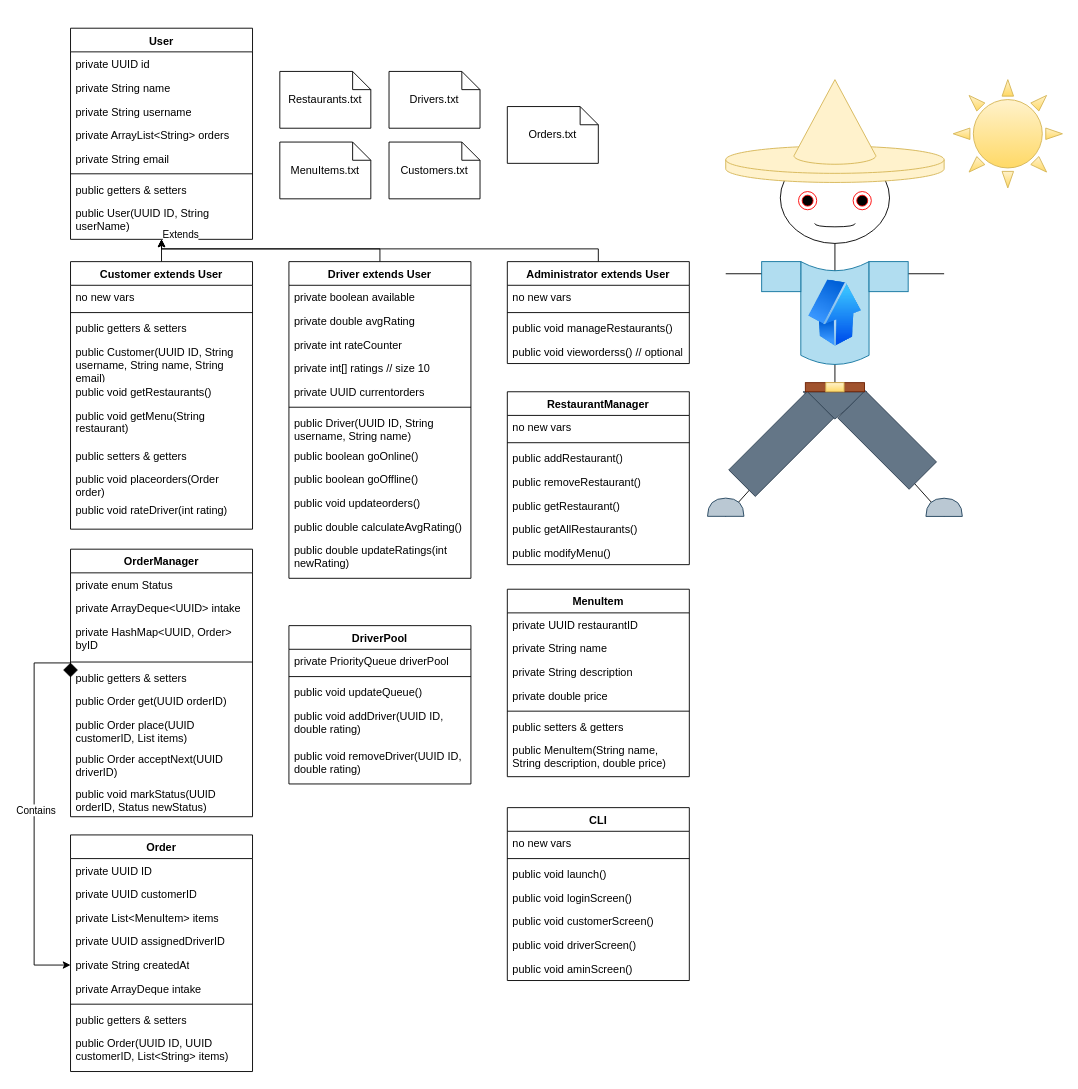
Earlier version of the draw.io diagram docs/CS233-Proj-ClassDiagram.drawio (Nobody277/PasoEats). Source tidied: cells renumbered, new cells numbered last; positions are measured from the earlier drawing's top-left corner, leaving out a move shared by most shapes. Both pictures are drawn from the tidied source at 91%, with x=0, y=0 at pixel (34, 28).
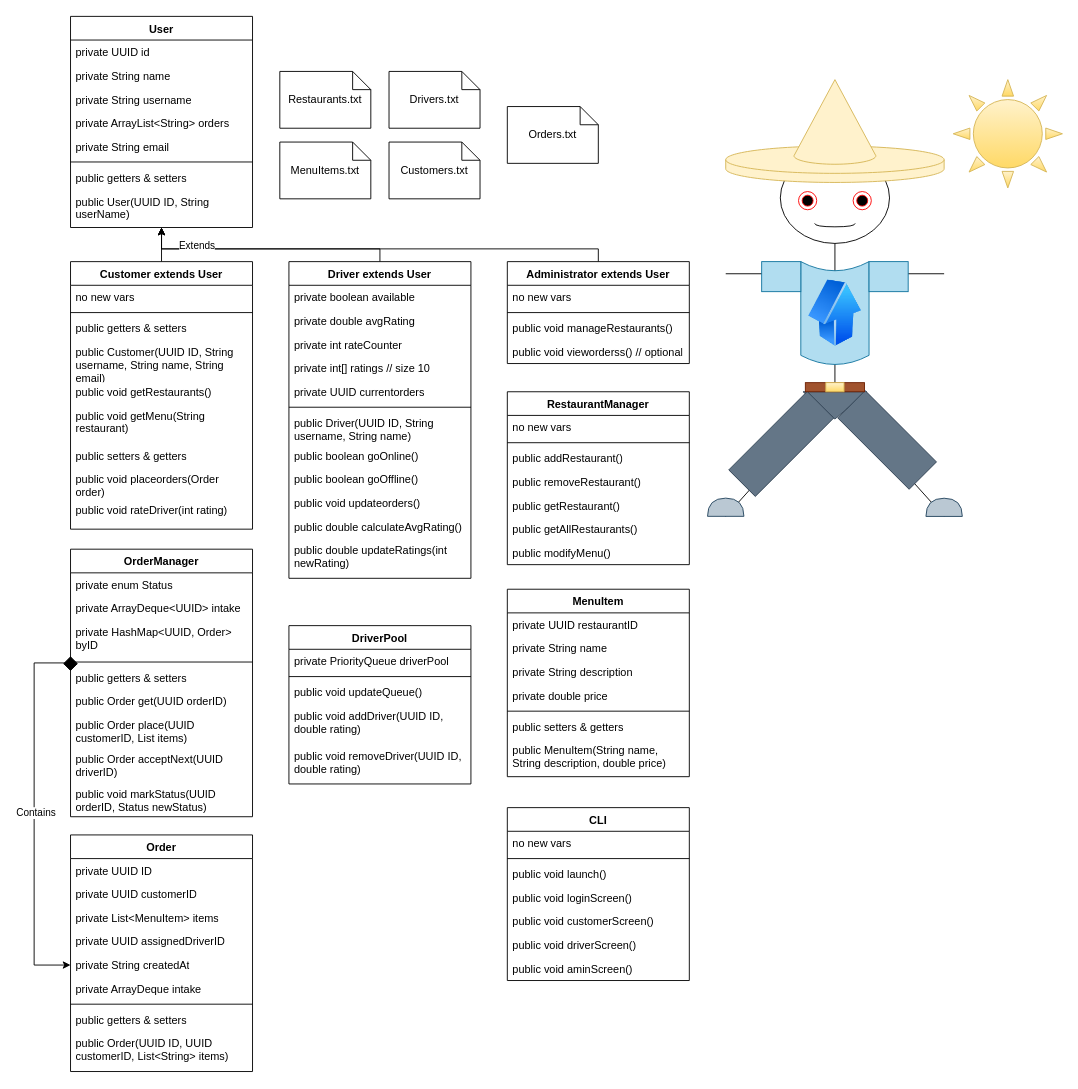
Above is the later version.

Unchanged cells that the change refers to:
```xml
<mxCell id="36" style="edgeStyle=orthogonalEdgeStyle;rounded=0;jettySize=auto;html=1;exitX=0.5;exitY=0;exitDx=0;exitDy=0;entryX=0.5;entryY=1;entryDx=0;entryDy=0;" parent="1" edge="1" source="38" target="2">
  <mxGeometry relative="1" as="geometry">
    <Array as="points">
      <mxPoint x="620" y="242" />
      <mxPoint x="140" y="242" />
    </Array>
  </mxGeometry>
</mxCell>
<mxCell id="48" value="private String createdAt" style="text;strokeColor=none;fillColor=none;align=left;verticalAlign=top;spacingLeft=4;spacingRight=4;overflow=hidden;points=[[0,0.5],[1,0.5]];portConstraint=eastwest;whiteSpace=wrap;html=1;rounded=0;" parent="43" vertex="1">
  <mxGeometry y="130" width="200" height="26" as="geometry" />
</mxCell>
<mxCell id="102" value="public getters &amp;amp; setters" style="text;strokeColor=none;fillColor=none;align=left;verticalAlign=top;spacingLeft=4;spacingRight=4;overflow=hidden;points=[[0,0.5],[1,0.5]];portConstraint=eastwest;whiteSpace=wrap;html=1;rounded=0;" parent="97" vertex="1">
  <mxGeometry y="128" width="200" height="26" as="geometry" />
</mxCell>
```

Change to the diagram source:
```diff
@@
     <mxCell id="2" value="&lt;div&gt;User&lt;/div&gt;" style="swimlane;fontStyle=1;align=center;verticalAlign=top;horizontal=1;startSize=26;whiteSpace=wrap;html=1;rounded=0;" parent="1" vertex="1">
-      <mxGeometry x="40" y="-0.5" width="200" height="232" as="geometry" />
+      <mxGeometry x="40" y="-13.5" width="200" height="232" as="geometry" />
     </mxCell>
@@
     <mxCell id="37" value="Extends" style="edgeLabel;html=1;align=center;verticalAlign=middle;" parent="36" vertex="1">
       <mxGeometry x="0.69" relative="1" as="geometry">
-        <mxPoint x="-48" y="-16" as="offset" />
+        <mxPoint x="-19" y="-4" as="offset" />
       </mxGeometry>
     </mxCell>
@@
-    <mxCell id="116" style="edgeStyle=orthogonalEdgeStyle;rounded=0;jettySize=auto;html=1;exitX=0;exitY=0.5;exitDx=0;exitDy=0;entryX=0;entryY=0.5;entryDx=0;entryDy=0;startArrow=diamond;startFill=1;startSize=14;" parent="1" edge="1" source="102" target="48">
+    <mxCell id="116" style="edgeStyle=orthogonalEdgeStyle;rounded=0;jettySize=auto;html=1;entryX=0;entryY=0.5;entryDx=0;entryDy=0;startArrow=diamond;startFill=1;startSize=14;" parent="1" edge="1" target="48">
       <mxGeometry relative="1" as="geometry">
+        <mxPoint x="40" y="706" as="sourcePoint" />
         <Array as="points">
           <mxPoint y="697" />
           <mxPoint y="1029" />
         </Array>
       </mxGeometry>
     </mxCell>
```
